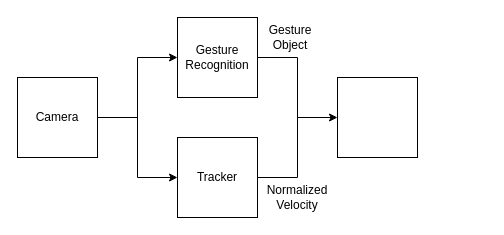
Above: cameramouse/Untitled Diagram.drawio in toby-l-baker/assistive-mouse-capstone (draw.io), before the change. Source tidied: cells renumbered, new cells numbered last; positions are measured from the earlier drawing's top-left corner, leaving out a move shared by most shapes. Both pictures are drawn from the tidied source at 100%, with x=0, y=0 at pixel (17, 17).
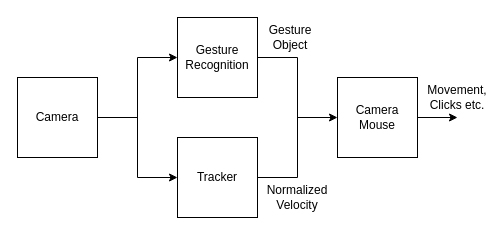
The same diagram, later.

Change to the diagram source:
```diff
@@
-    <mxCell id="9" style="whiteSpace=wrap;html=1;" parent="1" vertex="1">
+    <mxCell id="9" value="Camera Mouse" style="whiteSpace=wrap;html=1;" parent="1" vertex="1">
       <mxGeometry x="320" y="60" width="80" height="80" as="geometry" />
     </mxCell>
@@
+    <mxCell id="16" style="endArrow=classic;html=1;exitX=1;exitY=0.5;exitDx=0;exitDy=0;" parent="1" edge="1" source="9">
+      <mxGeometry relative="1" as="geometry">
+        <mxPoint x="440" y="100" as="targetPoint" />
+      </mxGeometry>
+    </mxCell>
+    <mxCell id="17" value="Movement, Clicks etc.&lt;br&gt;" style="text;html=1;strokeColor=none;fillColor=none;align=center;verticalAlign=middle;whiteSpace=wrap;rounded=0;" parent="1" vertex="1">
+      <mxGeometry x="420" y="70" width="40" height="20" as="geometry" />
+    </mxCell>
```
